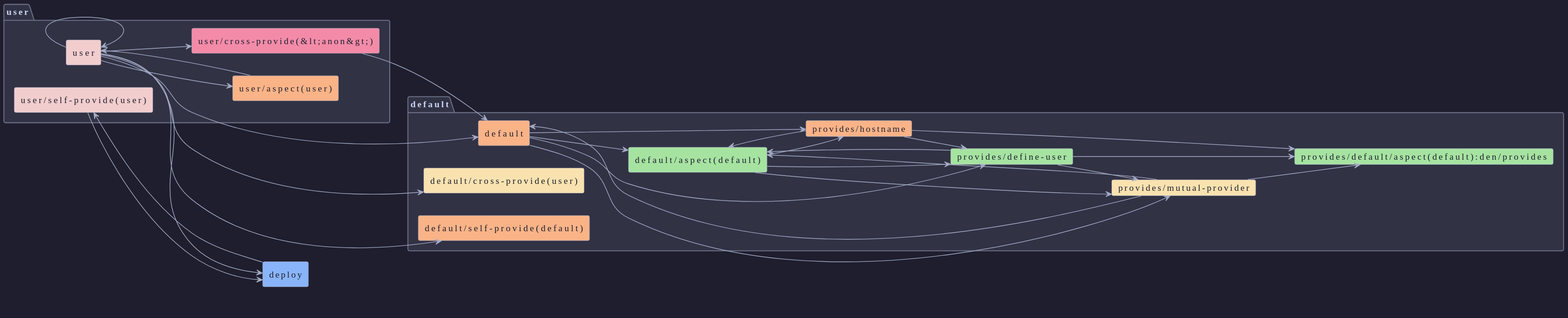
Before: templates/diag-fx-demo/diagrams/provider-filter-deploy-dag.puml.svg, a diagram exported from PlantUML (sini/den).
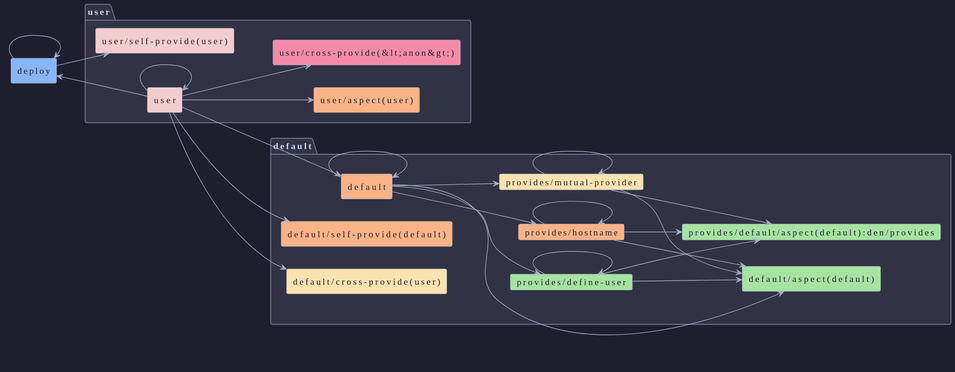
After the commit.

The edit, as a diff of the source:
```diff
@@ -39,22 +39,21 @@
   card "provides/mutual-provider" as den__provides__mutual_provider #f9e2af
 }
 
+n_default --> n_default
 n_default --> default__aspect_default_
 n_default --> den__provides__define_user
 n_default --> den__provides__hostname
 n_default --> den__provides__mutual_provider
-default__aspect_default_ --> den__provides__define_user
-default__aspect_default_ --> den__provides__hostname
-default__aspect_default_ --> den__provides__mutual_provider
 den__provides__define_user --> default__aspect_default_
 den__provides__define_user --> den__provides__default__aspect_default__den__provides
-den__provides__define_user --> den__provides__mutual_provider
+den__provides__define_user --> den__provides__define_user
 den__provides__hostname --> default__aspect_default_
 den__provides__hostname --> den__provides__default__aspect_default__den__provides
-den__provides__hostname --> den__provides__define_user
-den__provides__mutual_provider --> n_default
+den__provides__hostname --> den__provides__hostname
 den__provides__mutual_provider --> default__aspect_default_
 den__provides__mutual_provider --> den__provides__default__aspect_default__den__provides
+den__provides__mutual_provider --> den__provides__mutual_provider
+deploy --> deploy
 deploy --> user__self_provide_user_
 user --> n_default
 user --> default__cross_provide_user_
@@ -63,7 +62,4 @@
 user --> user
 user --> user__aspect_user_
 user --> user__cross_provide__anon__
-user__aspect_user_ --> user
-user__cross_provide__anon__ --> n_default
-user__self_provide_user_ --> deploy
 @enduml
```
